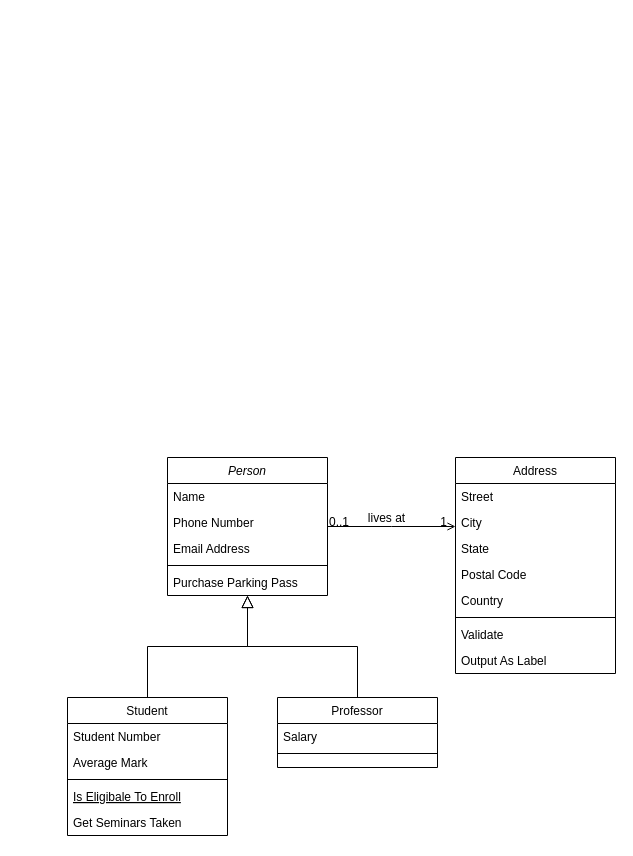
Above: Conception/Gyromite Class Diagram.drawio in Yaimuu/Gyromite (draw.io), before the change. Source tidied: cells renumbered, new cells numbered last; positions are measured from the earlier drawing's top-left corner, leaving out a move shared by most shapes. Both pictures are drawn from the tidied source at 100%, with x=0, y=0 at pixel (67, 457).
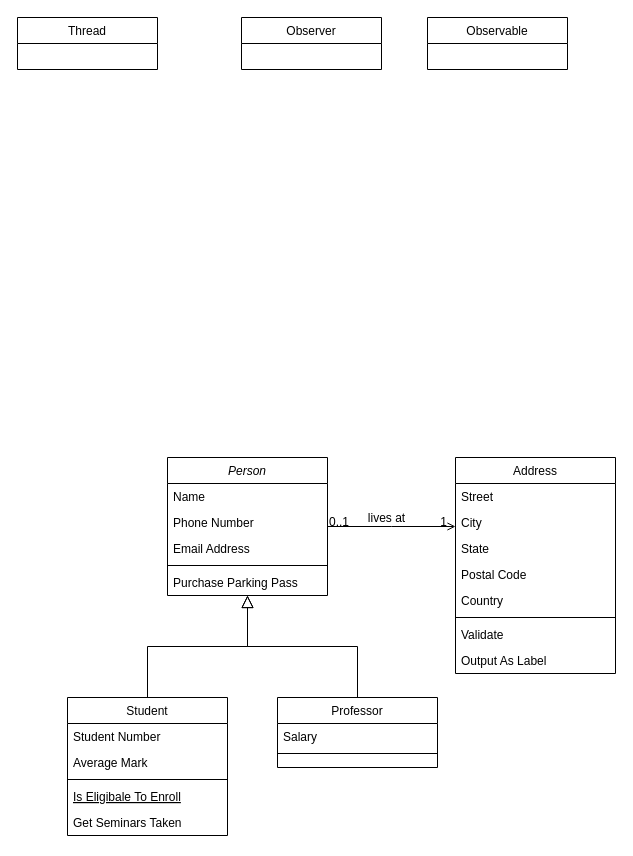
Above is the later version.

Diff of the diagram source:
```diff
@@
+    <mxCell id="32" value="Thread" style="swimlane;fontStyle=0;horizontal=1;startSize=26;fillColor=none;" parent="1" vertex="1">
+      <mxGeometry x="-50" y="-440" width="140" height="52" as="geometry" />
+    </mxCell>
+    <mxCell id="33" value="Observer" style="swimlane;fontStyle=0;horizontal=1;startSize=26;fillColor=none;" parent="1" vertex="1">
+      <mxGeometry x="174" y="-440" width="140" height="52" as="geometry" />
+    </mxCell>
+    <mxCell id="34" value="Observable" style="swimlane;fontStyle=0;horizontal=1;startSize=26;fillColor=none;" parent="1" vertex="1">
+      <mxGeometry x="360" y="-440" width="140" height="52" as="geometry" />
+    </mxCell>
```
